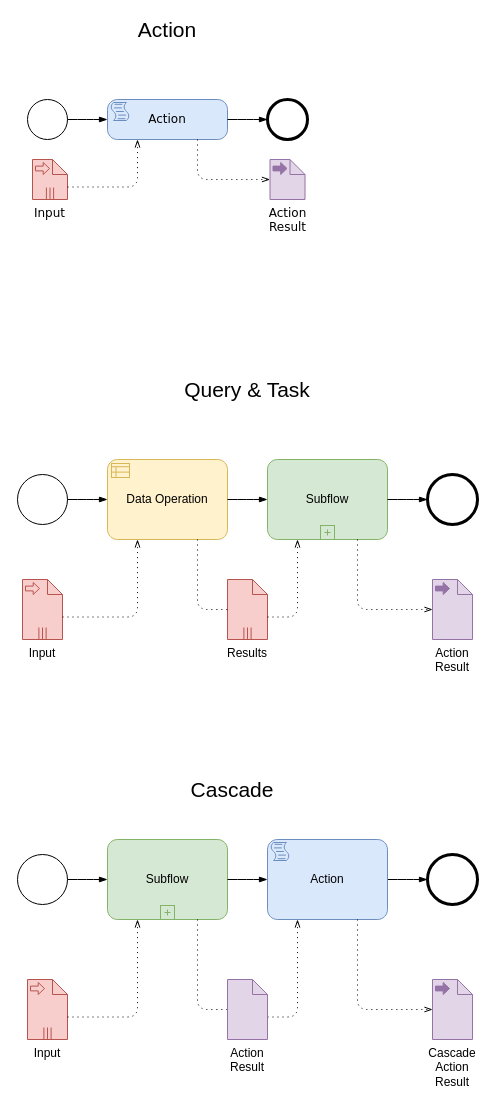
Earlier version of the draw.io diagram page "KF2S - Simple" (4 of 11) of doc/BPMN_flow.drawio (miguel76/know-flow). Source tidied: cells renumbered, new cells numbered last; positions are measured from the earlier drawing's top-left corner, leaving out a move shared by most shapes. Both pictures are drawn from the tidied source at 100%, with x=0, y=0 at pixel (17, 19).
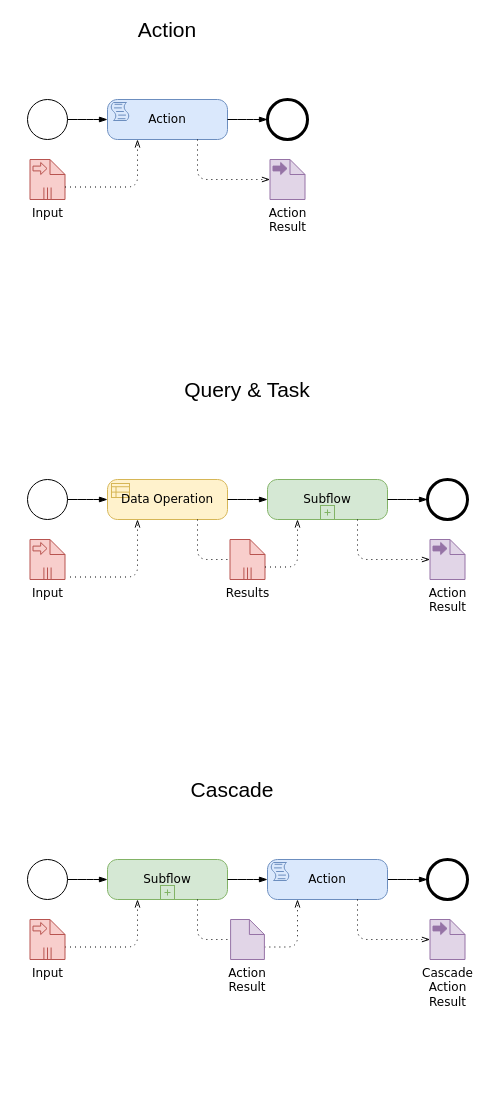
The same diagram, later.

Change to the diagram source:
```diff
@@
     <mxCell id="2" value="Input" style="shape=mxgraph.bpmn.data;labelPosition=center;verticalLabelPosition=bottom;align=center;verticalAlign=top;whiteSpace=wrap;size=15;html=1;bpmnTransferType=input;isCollection=1;fillColor=#f8cecc;strokeColor=#b85450;fontFamily=Verdana;" parent="1" vertex="1">
-      <mxGeometry x="15" y="140" width="35" height="40" as="geometry" />
+      <mxGeometry x="12.5" y="140" width="35" height="40" as="geometry" />
     </mxCell>
@@
-    <mxCell id="6" value="Input" style="shape=mxgraph.bpmn.data;labelPosition=center;verticalLabelPosition=bottom;align=center;verticalAlign=top;whiteSpace=wrap;size=15;html=1;bpmnTransferType=input;isCollection=1;fillColor=#f8cecc;strokeColor=#b85450;" parent="1" vertex="1">
-      <mxGeometry x="5" y="560" width="40" height="60" as="geometry" />
+    <mxCell id="6" value="Input" style="shape=mxgraph.bpmn.data;labelPosition=center;verticalLabelPosition=bottom;align=center;verticalAlign=top;whiteSpace=wrap;size=15;html=1;bpmnTransferType=input;isCollection=1;fillColor=#f8cecc;strokeColor=#b85450;fontFamily=Verdana;" parent="1" vertex="1">
+      <mxGeometry x="12.5" y="520" width="35" height="40" as="geometry" />
     </mxCell>
@@
     <mxCell id="8" style="points=[[0.145,0.145,0],[0.5,0,0],[0.855,0.145,0],[1,0.5,0],[0.855,0.855,0],[0.5,1,0],[0.145,0.855,0],[0,0.5,0]];shape=mxgraph.bpmn.event;html=1;verticalLabelPosition=bottom;labelBackgroundColor=#ffffff;verticalAlign=top;align=center;perimeter=ellipsePerimeter;outlineConnect=0;outline=standard;symbol=general;" parent="1" vertex="1">
-      <mxGeometry y="455" width="50" height="50" as="geometry" />
+      <mxGeometry x="10" y="460" width="40" height="40" as="geometry" />
     </mxCell>
@@
-    <mxCell id="10" value="Subflow" style="points=[[0.25,0,0],[0.5,0,0],[0.75,0,0],[1,0.25,0],[1,0.5,0],[1,0.75,0],[0.75,1,0],[0.5,1,0],[0.25,1,0],[0,0.75,0],[0,0.5,0],[0,0.25,0]];shape=mxgraph.bpmn.task;whiteSpace=wrap;rectStyle=rounded;size=10;taskMarker=abstract;isLoopSub=1;fillColor=#d5e8d4;strokeColor=#82b366;" parent="1" vertex="1">
-      <mxGeometry x="250" y="440" width="120" height="80" as="geometry" />
+    <mxCell id="10" value="Subflow" style="points=[[0.25,0,0],[0.5,0,0],[0.75,0,0],[1,0.25,0],[1,0.5,0],[1,0.75,0],[0.75,1,0],[0.5,1,0],[0.25,1,0],[0,0.75,0],[0,0.5,0],[0,0.25,0]];shape=mxgraph.bpmn.task;whiteSpace=wrap;rectStyle=rounded;size=10;taskMarker=abstract;isLoopSub=1;fillColor=#d5e8d4;strokeColor=#82b366;fontFamily=Verdana;" parent="1" vertex="1">
+      <mxGeometry x="250" y="460" width="120" height="40" as="geometry" />
     </mxCell>
-    <mxCell id="11" value="Data Operation" style="points=[[0.25,0,0],[0.5,0,0],[0.75,0,0],[1,0.25,0],[1,0.5,0],[1,0.75,0],[0.75,1,0],[0.5,1,0],[0.25,1,0],[0,0.75,0],[0,0.5,0],[0,0.25,0]];shape=mxgraph.bpmn.task;whiteSpace=wrap;rectStyle=rounded;size=10;taskMarker=businessRule;fillColor=#fff2cc;strokeColor=#d6b656;" parent="1" vertex="1">
-      <mxGeometry x="90" y="440" width="120" height="80" as="geometry" />
+    <mxCell id="11" value="Data Operation" style="points=[[0.25,0,0],[0.5,0,0],[0.75,0,0],[1,0.25,0],[1,0.5,0],[1,0.75,0],[0.75,1,0],[0.5,1,0],[0.25,1,0],[0,0.75,0],[0,0.5,0],[0,0.25,0]];shape=mxgraph.bpmn.task;whiteSpace=wrap;rectStyle=rounded;size=10;taskMarker=businessRule;fillColor=#fff2cc;strokeColor=#d6b656;fontFamily=Verdana;" parent="1" vertex="1">
+      <mxGeometry x="90" y="460" width="120" height="40" as="geometry" />
     </mxCell>
@@
-    <mxCell id="14" value="Results" style="shape=mxgraph.bpmn.data;labelPosition=center;verticalLabelPosition=bottom;align=center;verticalAlign=top;whiteSpace=wrap;size=15;html=1;bpmnTransferType=none;isCollection=1;fillColor=#f8cecc;strokeColor=#b85450;" parent="1" vertex="1">
-      <mxGeometry x="210" y="560" width="40" height="60" as="geometry" />
+    <mxCell id="14" value="Results" style="shape=mxgraph.bpmn.data;labelPosition=center;verticalLabelPosition=bottom;align=center;verticalAlign=top;whiteSpace=wrap;size=15;html=1;bpmnTransferType=none;isCollection=1;fillColor=#f8cecc;strokeColor=#b85450;fontFamily=Verdana;" parent="1" vertex="1">
+      <mxGeometry x="212.5" y="520" width="35" height="40" as="geometry" />
     </mxCell>
-    <mxCell id="15" style="edgeStyle=elbowEdgeStyle;fontSize=12;html=1;endFill=0;startFill=0;endSize=6;startSize=6;dashed=1;dashPattern=1 4;endArrow=openThin;startArrow=none;exitX=0;exitY=0;exitDx=40;exitDy=37.5;exitPerimeter=0;entryX=0.25;entryY=1;entryDx=0;entryDy=0;entryPerimeter=0;" parent="1" edge="1" source="14" target="10">
+    <mxCell id="15" style="edgeStyle=elbowEdgeStyle;fontSize=12;html=1;endFill=0;startFill=0;endSize=6;startSize=6;dashed=1;dashPattern=1 4;endArrow=openThin;startArrow=none;entryX=0.25;entryY=1;entryDx=0;entryDy=0;entryPerimeter=0;exitX=0;exitY=0;exitDx=35;exitDy=27.5;exitPerimeter=0;" parent="1" edge="1" source="14" target="10">
       <mxGeometry relative="1" as="geometry">
         <Array as="points">
+          <mxPoint x="280" y="540" />
+          <mxPoint x="270" y="530" />
           <mxPoint x="280" y="570" />
         </Array>
       </mxGeometry>
     </mxCell>
     <mxCell id="16" style="edgeStyle=elbowEdgeStyle;fontSize=12;html=1;endFill=0;startFill=0;endSize=6;startSize=6;dashed=1;dashPattern=1 4;endArrow=none;startArrow=none;exitX=0.75;exitY=1;exitDx=0;exitDy=0;exitPerimeter=0;entryX=0;entryY=0.5;entryDx=0;entryDy=0;entryPerimeter=0;" parent="1" edge="1" source="11" target="14">
       <mxGeometry relative="1" as="geometry">
         <Array as="points">
+          <mxPoint x="180" y="530" />
           <mxPoint x="180" y="570" />
         </Array>
       </mxGeometry>
     </mxCell>
@@
     <mxCell id="19" style="points=[[0.145,0.145,0],[0.5,0,0],[0.855,0.145,0],[1,0.5,0],[0.855,0.855,0],[0.5,1,0],[0.145,0.855,0],[0,0.5,0]];shape=mxgraph.bpmn.event;html=1;verticalLabelPosition=bottom;labelBackgroundColor=#ffffff;verticalAlign=top;align=center;perimeter=ellipsePerimeter;outlineConnect=0;outline=end;symbol=terminate2;" parent="1" vertex="1">
-      <mxGeometry x="410" y="455" width="50" height="50" as="geometry" />
+      <mxGeometry x="410" y="460" width="40" height="40" as="geometry" />
     </mxCell>
@@
-    <mxCell id="21" value="Input" style="shape=mxgraph.bpmn.data;labelPosition=center;verticalLabelPosition=bottom;align=center;verticalAlign=top;whiteSpace=wrap;size=15;html=1;bpmnTransferType=input;isCollection=1;fillColor=#f8cecc;strokeColor=#b85450;" parent="1" vertex="1">
-      <mxGeometry x="10" y="960" width="40" height="60" as="geometry" />
-    </mxCell>
-    <mxCell id="22" style="edgeStyle=elbowEdgeStyle;fontSize=12;html=1;endFill=0;startFill=0;endSize=6;startSize=6;dashed=1;dashPattern=1 4;endArrow=openThin;startArrow=none;exitX=0;exitY=0;exitDx=40;exitDy=37.5;exitPerimeter=0;entryX=0.25;entryY=1;entryDx=0;entryDy=0;entryPerimeter=0;" parent="1" edge="1" source="21">
+    <mxCell id="22" style="edgeStyle=elbowEdgeStyle;fontSize=12;html=1;endFill=0;startFill=0;endSize=6;startSize=6;dashed=1;dashPattern=1 4;endArrow=openThin;startArrow=none;exitX=0;exitY=0;exitDx=35;exitDy=27.5;exitPerimeter=0;entryX=0.25;entryY=1;entryDx=0;entryDy=0;entryPerimeter=0;" parent="1" edge="1" source="21" target="25">
       <mxGeometry relative="1" as="geometry">
-        <mxPoint x="120" y="900" as="targetPoint" />
         <Array as="points">
           <mxPoint x="120" y="940" />
         </Array>
       </mxGeometry>
     </mxCell>
     <mxCell id="23" style="points=[[0.145,0.145,0],[0.5,0,0],[0.855,0.145,0],[1,0.5,0],[0.855,0.855,0],[0.5,1,0],[0.145,0.855,0],[0,0.5,0]];shape=mxgraph.bpmn.event;html=1;verticalLabelPosition=bottom;labelBackgroundColor=#ffffff;verticalAlign=top;align=center;perimeter=ellipsePerimeter;outlineConnect=0;outline=standard;symbol=general;" parent="1" vertex="1">
-      <mxGeometry y="835" width="50" height="50" as="geometry" />
+      <mxGeometry x="10" y="840" width="40" height="40" as="geometry" />
     </mxCell>
@@
-    <mxCell id="25" value="Subflow" style="points=[[0.25,0,0],[0.5,0,0],[0.75,0,0],[1,0.25,0],[1,0.5,0],[1,0.75,0],[0.75,1,0],[0.5,1,0],[0.25,1,0],[0,0.75,0],[0,0.5,0],[0,0.25,0]];shape=mxgraph.bpmn.task;whiteSpace=wrap;rectStyle=rounded;size=10;taskMarker=abstract;isLoopSub=1;fillColor=#d5e8d4;strokeColor=#82b366;" parent="1" vertex="1">
-      <mxGeometry x="90" y="820" width="120" height="80" as="geometry" />
+    <mxCell id="25" value="Subflow" style="points=[[0.25,0,0],[0.5,0,0],[0.75,0,0],[1,0.25,0],[1,0.5,0],[1,0.75,0],[0.75,1,0],[0.5,1,0],[0.25,1,0],[0,0.75,0],[0,0.5,0],[0,0.25,0]];shape=mxgraph.bpmn.task;whiteSpace=wrap;rectStyle=rounded;size=10;taskMarker=abstract;isLoopSub=1;fillColor=#d5e8d4;strokeColor=#82b366;fontFamily=Verdana;" parent="1" vertex="1">
+      <mxGeometry x="90" y="840" width="120" height="40" as="geometry" />
     </mxCell>
@@
-    <mxCell id="27" style="edgeStyle=elbowEdgeStyle;fontSize=12;html=1;endFill=0;startFill=0;endSize=6;startSize=6;dashed=1;dashPattern=1 4;endArrow=openThin;startArrow=none;exitX=0;exitY=0;exitDx=40;exitDy=37.5;exitPerimeter=0;entryX=0.25;entryY=1;entryDx=0;entryDy=0;entryPerimeter=0;" parent="1" edge="1" source="41" target="31">
+    <mxCell id="27" style="edgeStyle=elbowEdgeStyle;fontSize=12;html=1;endFill=0;startFill=0;endSize=6;startSize=6;dashed=1;dashPattern=1 4;endArrow=openThin;startArrow=none;exitX=0;exitY=0;exitDx=33.75;exitDy=27.5;exitPerimeter=0;entryX=0.25;entryY=1;entryDx=0;entryDy=0;entryPerimeter=0;" parent="1" edge="1" source="41" target="31">
       <mxGeometry relative="1" as="geometry">
         <Array as="points">
           <mxPoint x="280" y="930" />
           <mxPoint x="350" y="780" />
           <mxPoint x="320" y="780" />
           <mxPoint x="170" y="960" />
           <mxPoint x="280" y="950" />
         </Array>
       </mxGeometry>
     </mxCell>
-    <mxCell id="28" style="edgeStyle=elbowEdgeStyle;fontSize=12;html=1;endFill=0;startFill=0;endSize=6;startSize=6;dashed=1;dashPattern=1 4;endArrow=none;startArrow=none;exitX=0.75;exitY=1;exitDx=0;exitDy=0;exitPerimeter=0;entryX=0;entryY=0.5;entryDx=0;entryDy=0;entryPerimeter=0;" parent="1" edge="1" target="41">
+    <mxCell id="28" style="edgeStyle=elbowEdgeStyle;fontSize=12;html=1;endFill=0;startFill=0;endSize=6;startSize=6;dashed=1;dashPattern=1 4;endArrow=none;startArrow=none;exitX=0.75;exitY=1;exitDx=0;exitDy=0;exitPerimeter=0;entryX=0;entryY=0.5;entryDx=0;entryDy=0;entryPerimeter=0;" parent="1" edge="1" source="25" target="41">
       <mxGeometry relative="1" as="geometry">
-        <mxPoint x="180" y="900" as="sourcePoint" />
         <Array as="points">
+          <mxPoint x="180" y="910" />
+          <mxPoint x="190" y="930" />
           <mxPoint x="180" y="950" />
         </Array>
       </mxGeometry>
     </mxCell>
     <mxCell id="29" style="points=[[0.145,0.145,0],[0.5,0,0],[0.855,0.145,0],[1,0.5,0],[0.855,0.855,0],[0.5,1,0],[0.145,0.855,0],[0,0.5,0]];shape=mxgraph.bpmn.event;html=1;verticalLabelPosition=bottom;labelBackgroundColor=#ffffff;verticalAlign=top;align=center;perimeter=ellipsePerimeter;outlineConnect=0;outline=end;symbol=terminate2;" parent="1" vertex="1">
-      <mxGeometry x="410" y="835" width="50" height="50" as="geometry" />
+      <mxGeometry x="410" y="840" width="40" height="40" as="geometry" />
     </mxCell>
@@
-    <mxCell id="31" value="Action" style="points=[[0.25,0,0],[0.5,0,0],[0.75,0,0],[1,0.25,0],[1,0.5,0],[1,0.75,0],[0.75,1,0],[0.5,1,0],[0.25,1,0],[0,0.75,0],[0,0.5,0],[0,0.25,0]];shape=mxgraph.bpmn.task;whiteSpace=wrap;rectStyle=rounded;size=10;taskMarker=script;fillColor=#dae8fc;strokeColor=#6c8ebf;" parent="1" vertex="1">
-      <mxGeometry x="250" y="820" width="120" height="80" as="geometry" />
+    <mxCell id="31" value="Action" style="points=[[0.25,0,0],[0.5,0,0],[0.75,0,0],[1,0.25,0],[1,0.5,0],[1,0.75,0],[0.75,1,0],[0.5,1,0],[0.25,1,0],[0,0.75,0],[0,0.5,0],[0,0.25,0]];shape=mxgraph.bpmn.task;whiteSpace=wrap;rectStyle=rounded;size=10;taskMarker=script;fillColor=#dae8fc;strokeColor=#6c8ebf;fontFamily=Verdana;" parent="1" vertex="1">
+      <mxGeometry x="250" y="840" width="120" height="40" as="geometry" />
     </mxCell>
@@
-    <mxCell id="37" value="Action Result" style="shape=mxgraph.bpmn.data;labelPosition=center;verticalLabelPosition=bottom;align=center;verticalAlign=top;whiteSpace=wrap;size=15;html=1;bpmnTransferType=output;fillColor=#e1d5e7;strokeColor=#9673a6;" parent="1" vertex="1">
-      <mxGeometry x="415" y="560" width="40" height="60" as="geometry" />
+    <mxCell id="37" value="Action Result" style="shape=mxgraph.bpmn.data;labelPosition=center;verticalLabelPosition=bottom;align=center;verticalAlign=top;whiteSpace=wrap;size=15;html=1;bpmnTransferType=output;fillColor=#e1d5e7;strokeColor=#9673a6;fontFamily=Verdana;" parent="1" vertex="1">
+      <mxGeometry x="412.5" y="520" width="35" height="40" as="geometry" />
     </mxCell>
     <mxCell id="38" style="edgeStyle=elbowEdgeStyle;fontSize=12;html=1;endFill=0;startFill=0;endSize=6;startSize=6;dashed=1;dashPattern=1 4;endArrow=openThin;startArrow=none;exitX=0.75;exitY=1;exitDx=0;exitDy=0;exitPerimeter=0;entryX=0;entryY=0.5;entryDx=0;entryDy=0;entryPerimeter=0;" parent="1" edge="1" source="10" target="37">
       <mxGeometry relative="1" as="geometry">
         <Array as="points">
+          <mxPoint x="340" y="530" />
+          <mxPoint x="370" y="550" />
           <mxPoint x="340" y="580" />
           <mxPoint x="320" y="600" />
         </Array>
       </mxGeometry>
     </mxCell>
-    <mxCell id="39" value="Cascade Action Result" style="shape=mxgraph.bpmn.data;labelPosition=center;verticalLabelPosition=bottom;align=center;verticalAlign=top;whiteSpace=wrap;size=15;html=1;bpmnTransferType=output;fillColor=#e1d5e7;strokeColor=#9673a6;" parent="1" vertex="1">
-      <mxGeometry x="415" y="960" width="40" height="60" as="geometry" />
-    </mxCell>
     <mxCell id="40" style="edgeStyle=elbowEdgeStyle;fontSize=12;html=1;endFill=0;startFill=0;endSize=6;startSize=6;dashed=1;dashPattern=1 4;endArrow=openThin;startArrow=none;exitX=0.75;exitY=1;exitDx=0;exitDy=0;exitPerimeter=0;entryX=0;entryY=0.5;entryDx=0;entryDy=0;entryPerimeter=0;" parent="1" edge="1" source="31" target="39">
       <mxGeometry relative="1" as="geometry">
         <Array as="points">
+          <mxPoint x="340" y="900" />
           <mxPoint x="340" y="980" />
           <mxPoint x="320" y="1000" />
         </Array>
       </mxGeometry>
     </mxCell>
-    <mxCell id="41" value="Action Result" style="shape=mxgraph.bpmn.data;labelPosition=center;verticalLabelPosition=bottom;align=center;verticalAlign=top;whiteSpace=wrap;size=15;html=1;fillColor=#e1d5e7;strokeColor=#9673a6;" parent="1" vertex="1">
-      <mxGeometry x="210" y="960" width="40" height="60" as="geometry" />
+    <mxCell id="41" value="Action Result" style="shape=mxgraph.bpmn.data;labelPosition=center;verticalLabelPosition=bottom;align=center;verticalAlign=top;whiteSpace=wrap;size=15;html=1;fillColor=#e1d5e7;strokeColor=#9673a6;fontFamily=Verdana;" parent="1" vertex="1">
+      <mxGeometry x="213.1" y="900" width="33.8" height="40" as="geometry" />
     </mxCell>
+    <mxCell id="21" value="Input" style="shape=mxgraph.bpmn.data;labelPosition=center;verticalLabelPosition=bottom;align=center;verticalAlign=top;whiteSpace=wrap;size=15;html=1;bpmnTransferType=input;isCollection=1;fillColor=#f8cecc;strokeColor=#b85450;fontFamily=Verdana;" parent="1" vertex="1">
+      <mxGeometry x="12.5" y="900" width="35" height="40" as="geometry" />
+    </mxCell>
+    <mxCell id="39" value="Cascade Action Result" style="shape=mxgraph.bpmn.data;labelPosition=center;verticalLabelPosition=bottom;align=center;verticalAlign=top;whiteSpace=wrap;size=15;html=1;bpmnTransferType=output;fillColor=#e1d5e7;strokeColor=#9673a6;fontFamily=Verdana;" parent="1" vertex="1">
+      <mxGeometry x="412.5" y="900" width="35" height="40" as="geometry" />
+    </mxCell>
```
